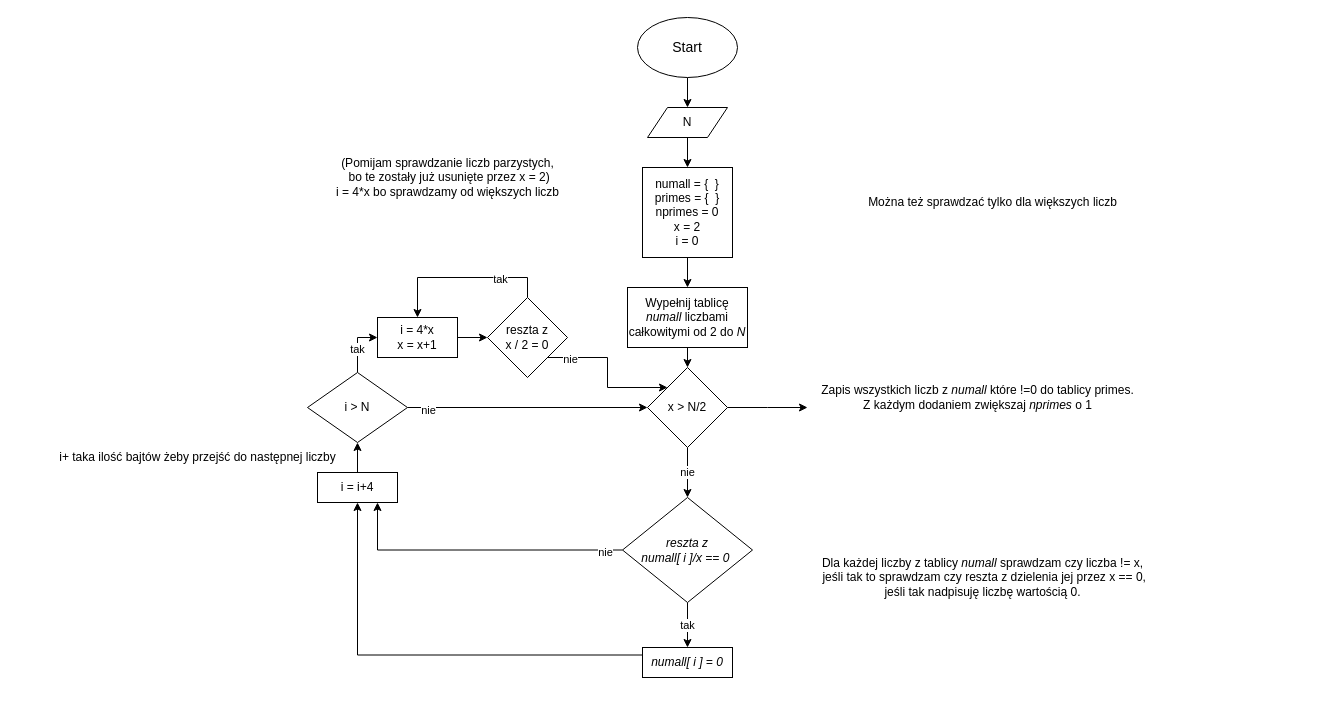
JanMaciuk/Assembly_MIPS_Task2 keeps this draw.io diagram as diagram.drawio. Above is the earlier version. Source tidied: cells renumbered, new cells numbered last; positions are measured from the earlier drawing's top-left corner, leaving out a move shared by most shapes. Both pictures are drawn from the tidied source at 100%, with x=0, y=0 at pixel (47, 17).
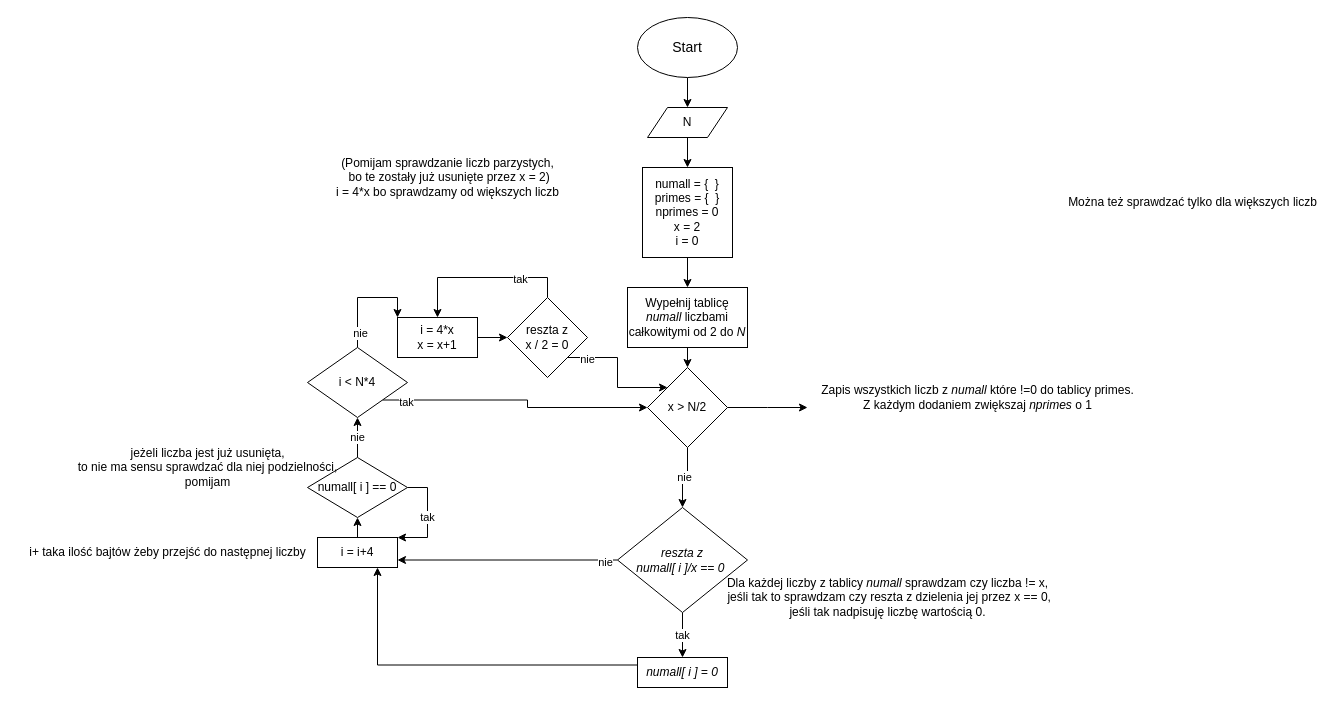
The same page after the edit.

Commit message (it also covers changes not shown here):
find prime numbers, TODO, print and count

Unchanged cells that the change refers to:
```xml
<mxCell id="20" value="x &amp;gt; N/2" style="rhombus;whiteSpace=wrap;html=1;" parent="1" vertex="1">
  <mxGeometry x="600" y="350" width="80" height="80" as="geometry" />
</mxCell>
```

The edit, as a diff of the source:
```diff
@@
-    <mxCell id="11" style="edgeStyle=orthogonalEdgeStyle;rounded=0;jettySize=auto;html=1;exitX=0;exitY=0.5;exitDx=0;exitDy=0;entryX=0.75;entryY=1;entryDx=0;entryDy=0;" parent="1" edge="1" source="13" target="17">
+    <mxCell id="11" style="edgeStyle=orthogonalEdgeStyle;rounded=0;jettySize=auto;html=1;exitX=0;exitY=0.5;exitDx=0;exitDy=0;entryX=1;entryY=0.75;entryDx=0;entryDy=0;" parent="1" edge="1" source="13" target="17">
       <mxGeometry relative="1" as="geometry" />
     </mxCell>
@@
     <mxCell id="13" value="&lt;i&gt;reszta z &lt;br&gt;numall[ i ]/x == 0&amp;nbsp;&lt;/i&gt;" style="rhombus;whiteSpace=wrap;html=1;" parent="1" vertex="1">
-      <mxGeometry x="575" y="480" width="130" height="105" as="geometry" />
+      <mxGeometry x="570" y="490" width="130" height="105" as="geometry" />
     </mxCell>
-    <mxCell id="14" style="edgeStyle=orthogonalEdgeStyle;rounded=0;jettySize=auto;html=1;exitX=0;exitY=0.25;exitDx=0;exitDy=0;entryX=0.5;entryY=1;entryDx=0;entryDy=0;" parent="1" edge="1" source="15" target="17">
+    <mxCell id="14" style="edgeStyle=orthogonalEdgeStyle;rounded=0;jettySize=auto;html=1;exitX=0;exitY=0.25;exitDx=0;exitDy=0;entryX=0.75;entryY=1;entryDx=0;entryDy=0;" parent="1" edge="1" source="15" target="17">
       <mxGeometry relative="1" as="geometry" />
     </mxCell>
     <mxCell id="15" value="&lt;i&gt;numall[ i ] = 0&lt;/i&gt;" style="rounded=0;whiteSpace=wrap;html=1;" parent="1" vertex="1">
-      <mxGeometry x="595" y="630" width="90" height="30" as="geometry" />
+      <mxGeometry x="590" y="640" width="90" height="30" as="geometry" />
     </mxCell>
-    <mxCell id="16" style="edgeStyle=orthogonalEdgeStyle;rounded=0;jettySize=auto;html=1;exitX=0.5;exitY=0;exitDx=0;exitDy=0;entryX=0.5;entryY=1;entryDx=0;entryDy=0;" parent="1" edge="1" source="17" target="25">
-      <mxGeometry relative="1" as="geometry" />
-    </mxCell>
+    <mxCell id="38" style="edgeStyle=orthogonalEdgeStyle;rounded=0;jettySize=auto;html=1;exitX=0.5;exitY=0;exitDx=0;exitDy=0;entryX=0.5;entryY=1;entryDx=0;entryDy=0;" parent="1" edge="1" source="17" target="41">
+      <mxGeometry relative="1" as="geometry" />
+    </mxCell>
     <mxCell id="17" value="i = i+4" style="rounded=0;whiteSpace=wrap;html=1;" parent="1" vertex="1">
-      <mxGeometry x="270" y="455" width="80" height="30" as="geometry" />
+      <mxGeometry x="270" y="520" width="80" height="30" as="geometry" />
     </mxCell>
+    <mxCell id="19" style="edgeStyle=orthogonalEdgeStyle;rounded=0;jettySize=auto;html=1;exitX=1;exitY=0.5;exitDx=0;exitDy=0;" parent="1" edge="1" source="20">
+      <mxGeometry relative="1" as="geometry">
+        <mxPoint x="760" y="390" as="targetPoint" />
+      </mxGeometry>
+    </mxCell>
@@
-    <mxCell id="19" style="edgeStyle=orthogonalEdgeStyle;rounded=0;jettySize=auto;html=1;exitX=1;exitY=0.5;exitDx=0;exitDy=0;" parent="1" edge="1" source="20">
-      <mxGeometry relative="1" as="geometry">
-        <mxPoint x="760" y="390" as="targetPoint" />
-      </mxGeometry>
-    </mxCell>
@@
-    <mxCell id="21" style="edgeStyle=orthogonalEdgeStyle;rounded=0;jettySize=auto;html=1;exitX=0.5;exitY=0;exitDx=0;exitDy=0;entryX=0;entryY=0.5;entryDx=0;entryDy=0;" parent="1" edge="1" source="25" target="29">
-      <mxGeometry relative="1" as="geometry" />
-    </mxCell>
-    <mxCell id="22" value="tak" style="edgeLabel;html=1;align=center;verticalAlign=middle;" parent="21" vertex="1">
-      <mxGeometry x="-0.12" y="1" relative="1" as="geometry" />
-    </mxCell>
-    <mxCell id="23" style="edgeStyle=orthogonalEdgeStyle;rounded=0;jettySize=auto;html=1;exitX=1;exitY=0.5;exitDx=0;exitDy=0;entryX=0;entryY=0.5;entryDx=0;entryDy=0;" parent="1" edge="1" source="25" target="20">
+    <mxCell id="23" style="edgeStyle=orthogonalEdgeStyle;rounded=0;jettySize=auto;html=1;exitX=1;exitY=1;exitDx=0;exitDy=0;entryX=0;entryY=0.5;entryDx=0;entryDy=0;" parent="1" edge="1" source="25" target="20">
       <mxGeometry relative="1" as="geometry" />
     </mxCell>
-    <mxCell id="24" value="nie" style="edgeLabel;html=1;align=center;verticalAlign=middle;" parent="23" vertex="1">
+    <mxCell id="24" value="tak" style="edgeLabel;html=1;align=center;verticalAlign=middle;" parent="23" vertex="1">
       <mxGeometry x="-0.83" y="-2" relative="1" as="geometry" />
     </mxCell>
+    <mxCell id="21" style="edgeStyle=orthogonalEdgeStyle;rounded=0;jettySize=auto;html=1;exitX=0.5;exitY=0;exitDx=0;exitDy=0;entryX=0;entryY=0;entryDx=0;entryDy=0;" parent="1" edge="1" source="25" target="29">
+      <mxGeometry relative="1" as="geometry" />
+    </mxCell>
+    <mxCell id="39" value="nie" style="edgeLabel;html=1;align=center;verticalAlign=middle;" parent="21" vertex="1">
+      <mxGeometry x="-0.72" y="-2" relative="1" as="geometry" />
+    </mxCell>
-    <mxCell id="25" value="i &amp;gt; N" style="rhombus;whiteSpace=wrap;html=1;" parent="1" vertex="1">
-      <mxGeometry x="260" y="355" width="100" height="70" as="geometry" />
+    <mxCell id="25" value="i &amp;lt; N*4" style="rhombus;whiteSpace=wrap;html=1;" parent="1" vertex="1">
+      <mxGeometry x="260" y="330" width="100" height="70" as="geometry" />
     </mxCell>
@@
     <mxCell id="27" value="Dla każdej liczby z tablicy&amp;nbsp;&lt;i style=&quot;&quot;&gt;numall&amp;nbsp;&lt;/i&gt;&lt;span style=&quot;&quot;&gt;sprawdzam czy liczba != x,&lt;/span&gt;&lt;br style=&quot;&quot;&gt;&lt;span style=&quot;&quot;&gt;&amp;nbsp;jeśli tak to sprawdzam czy reszta z dzielenia jej przez x == 0, &lt;br&gt;jeśli tak nadpisuję liczbę wartością 0.&lt;/span&gt;" style="text;html=1;align=center;verticalAlign=middle;strokeColor=none;fillColor=none;" parent="1" vertex="1">
-      <mxGeometry x="760" y="530" width="350" height="60" as="geometry" />
+      <mxGeometry x="665" y="550" width="350" height="60" as="geometry" />
     </mxCell>
@@
     <mxCell id="29" value="i = 4*x&lt;br&gt;x = x+1" style="rounded=0;whiteSpace=wrap;html=1;" parent="1" vertex="1">
-      <mxGeometry x="330" y="300" width="80" height="40" as="geometry" />
+      <mxGeometry x="350" y="300" width="80" height="40" as="geometry" />
     </mxCell>
@@
     <mxCell id="34" value="reszta z&lt;br&gt;x / 2 = 0" style="rhombus;whiteSpace=wrap;html=1;" parent="1" vertex="1">
-      <mxGeometry x="440" y="280" width="80" height="80" as="geometry" />
+      <mxGeometry x="460" y="280" width="80" height="80" as="geometry" />
     </mxCell>
@@
     <mxCell id="36" value="Można też sprawdzać tylko dla większych liczb" style="text;html=1;align=center;verticalAlign=middle;strokeColor=none;fillColor=none;" parent="1" vertex="1">
-      <mxGeometry x="810" y="170" width="270" height="30" as="geometry" />
+      <mxGeometry x="1010" y="170" width="270" height="30" as="geometry" />
     </mxCell>
     <mxCell id="37" value="i+ taka ilość bajtów żeby przejść do następnej liczby" style="text;html=1;align=center;verticalAlign=middle;strokeColor=none;fillColor=none;" parent="1" vertex="1">
-      <mxGeometry y="425" width="300" height="30" as="geometry" />
+      <mxGeometry x="-30" y="520" width="300" height="30" as="geometry" />
     </mxCell>
+    <mxCell id="22" value="tak" style="edgeStyle=orthogonalEdgeStyle;rounded=0;jettySize=auto;html=1;exitX=1;exitY=0.5;exitDx=0;exitDy=0;entryX=1;entryY=0;entryDx=0;entryDy=0;" parent="1" edge="1" source="41" target="17">
+      <mxGeometry relative="1" as="geometry" />
+    </mxCell>
+    <mxCell id="40" value="nie" style="edgeStyle=orthogonalEdgeStyle;rounded=0;jettySize=auto;html=1;exitX=0.5;exitY=0;exitDx=0;exitDy=0;entryX=0.5;entryY=1;entryDx=0;entryDy=0;" parent="1" edge="1" source="41" target="25">
+      <mxGeometry relative="1" as="geometry" />
+    </mxCell>
+    <mxCell id="41" value="numall[ i ] == 0" style="rhombus;whiteSpace=wrap;html=1;" parent="1" vertex="1">
+      <mxGeometry x="260" y="440" width="100" height="60" as="geometry" />
+    </mxCell>
+    <mxCell id="42" value="jeżeli liczba jest już usunięta,&lt;br&gt;to nie ma sensu sprawdzać dla niej podzielności,&lt;br&gt;pomijam" style="text;html=1;align=center;verticalAlign=middle;strokeColor=none;fillColor=none;" parent="1" vertex="1">
+      <mxGeometry x="20" y="420" width="280" height="60" as="geometry" />
+    </mxCell>
```
